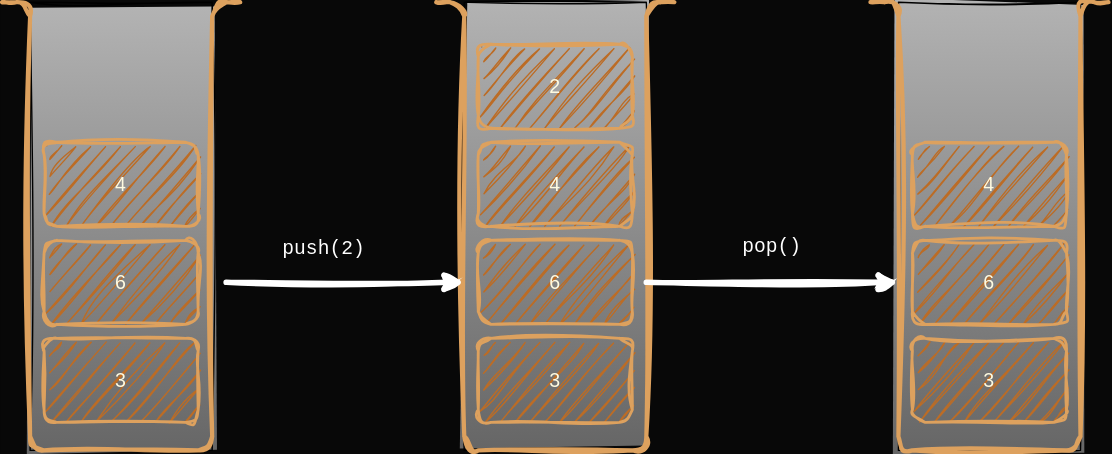
Earlier version of the draw.io export 3-Stacks/images/stack2.svg (JAC-CS-Programming-4-W24/Notes). Source tidied: cells renumbered, new cells last; positions are measured from the earlier drawing's top-left corner, leaving out a move shared by most shapes.
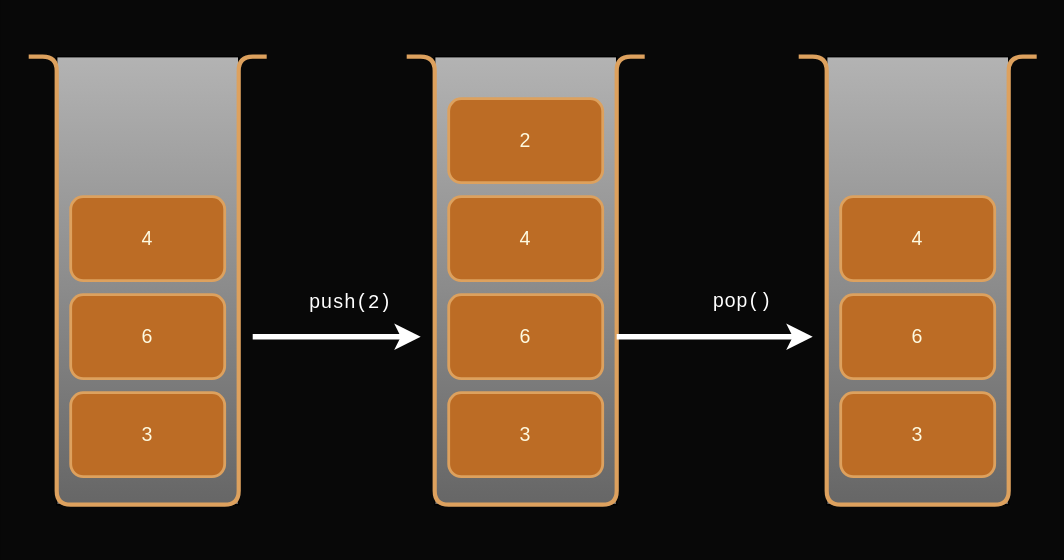
After the commit.

Change to the diagram source:
```diff
@@ -2,128 +2,131 @@
   <root>
     <mxCell id="0" />
     <mxCell id="1" parent="0" />
-    <mxCell id="2" style="rounded=0;whiteSpace=wrap;html=1;sketch=1;hachureGap=4;jiggle=2;curveFitting=1;fontFamily=Architects Daughter;fontSource=https%3A%2F%2Ffonts.googleapis.com%2Fcss%3Ffamily%3DArchitects%2BDaughter;fontSize=20;gradientColor=#666666;fillColor=#B3B3B3;rotation=0;" parent="1" vertex="1">
-      <mxGeometry x="640" width="130" height="320" as="geometry" />
+    <mxCell id="2" style="rounded=0;whiteSpace=wrap;html=1;hachureGap=4;fontFamily=Architects Daughter;fontSource=https%3A%2F%2Ffonts.googleapis.com%2Fcss%3Ffamily%3DArchitects%2BDaughter;fontSize=20;gradientColor=#666666;fillColor=#B3B3B3;rotation=0;" parent="1" vertex="1">
+      <mxGeometry x="590" width="130" height="320" as="geometry" />
     </mxCell>
-    <mxCell id="3" style="rounded=0;whiteSpace=wrap;html=1;sketch=1;hachureGap=4;jiggle=2;curveFitting=1;fontFamily=Architects Daughter;fontSource=https%3A%2F%2Ffonts.googleapis.com%2Fcss%3Ffamily%3DArchitects%2BDaughter;fontSize=20;gradientColor=#666666;fillColor=#B3B3B3;" parent="1" vertex="1">
-      <mxGeometry x="330" width="130" height="320" as="geometry" />
+    <mxCell id="3" style="rounded=0;whiteSpace=wrap;html=1;hachureGap=4;fontFamily=Architects Daughter;fontSource=https%3A%2F%2Ffonts.googleapis.com%2Fcss%3Ffamily%3DArchitects%2BDaughter;fontSize=20;gradientColor=#666666;fillColor=#B3B3B3;" parent="1" vertex="1">
+      <mxGeometry x="310" width="130" height="320" as="geometry" />
     </mxCell>
-    <mxCell id="4" style="rounded=0;whiteSpace=wrap;html=1;sketch=1;hachureGap=4;jiggle=2;curveFitting=1;fontFamily=Architects Daughter;fontSource=https%3A%2F%2Ffonts.googleapis.com%2Fcss%3Ffamily%3DArchitects%2BDaughter;fontSize=20;gradientColor=#666666;fillColor=#B3B3B3;" parent="1" vertex="1">
-      <mxGeometry x="20" width="130" height="320" as="geometry" />
+    <mxCell id="4" style="rounded=0;whiteSpace=wrap;html=1;hachureGap=4;fontFamily=Architects Daughter;fontSource=https%3A%2F%2Ffonts.googleapis.com%2Fcss%3Ffamily%3DArchitects%2BDaughter;fontSize=20;gradientColor=#666666;fillColor=#B3B3B3;" parent="1" vertex="1">
+      <mxGeometry x="40" width="130" height="320" as="geometry" />
     </mxCell>
-    <mxCell id="5" style="endArrow=none;html=1;rounded=1;edgeStyle=orthogonalEdgeStyle;strokeWidth=3;labelBackgroundColor=#283618;strokeColor=#DDA15E;fontColor=#FEFAE0;sketch=1;curveFitting=1;jiggle=2;" parent="1" edge="1">
+    <mxCell id="5" style="endArrow=none;html=1;rounded=1;edgeStyle=orthogonalEdgeStyle;strokeWidth=3;labelBackgroundColor=#283618;strokeColor=#DDA15E;fontColor=#FEFAE0;" parent="1" edge="1">
       <mxGeometry relative="1" as="geometry">
-        <mxPoint as="sourcePoint" />
-        <mxPoint x="170" as="targetPoint" />
+        <mxPoint x="20" as="sourcePoint" />
+        <mxPoint x="190" as="targetPoint" />
         <Array as="points">
-          <mxPoint x="20" />
-          <mxPoint x="20" y="320" />
-          <mxPoint x="150" y="320" />
-          <mxPoint x="150" />
+          <mxPoint x="40" />
+          <mxPoint x="40" y="320" />
+          <mxPoint x="170" y="320" />
+          <mxPoint x="170" />
         </Array>
       </mxGeometry>
     </mxCell>
-    <mxCell id="6" style="rounded=1;whiteSpace=wrap;html=1;fontSize=14;strokeWidth=2;fillColor=#BC6C25;strokeColor=#DDA15E;fontColor=#FEFAE0;sketch=1;curveFitting=1;jiggle=2;" parent="1" vertex="1">
-      <mxGeometry x="30" y="240" width="110" height="60" as="geometry" />
+    <mxCell id="6" style="rounded=1;whiteSpace=wrap;html=1;fontSize=14;strokeWidth=2;fillColor=#BC6C25;strokeColor=#DDA15E;fontColor=#FEFAE0;" parent="1" vertex="1">
+      <mxGeometry x="50" y="240" width="110" height="60" as="geometry" />
     </mxCell>
-    <mxCell id="7" value="3" style="text;html=1;strokeColor=none;fillColor=none;align=center;verticalAlign=middle;whiteSpace=wrap;rounded=0;fontSize=14;fontColor=#FEFAE0;sketch=1;curveFitting=1;jiggle=2;" parent="1" vertex="1">
-      <mxGeometry x="55" y="255" width="60" height="30" as="geometry" />
+    <mxCell id="7" value="3" style="text;html=1;strokeColor=none;fillColor=none;align=center;verticalAlign=middle;whiteSpace=wrap;rounded=0;fontSize=14;fontColor=#FEFAE0;" parent="1" vertex="1">
+      <mxGeometry x="75" y="255" width="60" height="30" as="geometry" />
     </mxCell>
-    <mxCell id="8" style="rounded=1;whiteSpace=wrap;html=1;fontSize=14;strokeWidth=2;fillColor=#BC6C25;strokeColor=#DDA15E;fontColor=#FEFAE0;sketch=1;curveFitting=1;jiggle=2;" parent="1" vertex="1">
-      <mxGeometry x="30" y="170" width="110" height="60" as="geometry" />
+    <mxCell id="8" style="rounded=1;whiteSpace=wrap;html=1;fontSize=14;strokeWidth=2;fillColor=#BC6C25;strokeColor=#DDA15E;fontColor=#FEFAE0;" parent="1" vertex="1">
+      <mxGeometry x="50" y="170" width="110" height="60" as="geometry" />
     </mxCell>
-    <mxCell id="9" value="6" style="text;html=1;strokeColor=none;fillColor=none;align=center;verticalAlign=middle;whiteSpace=wrap;rounded=0;fontSize=14;fontColor=#FEFAE0;sketch=1;curveFitting=1;jiggle=2;" parent="1" vertex="1">
-      <mxGeometry x="55" y="185" width="60" height="30" as="geometry" />
+    <mxCell id="9" value="6" style="text;html=1;strokeColor=none;fillColor=none;align=center;verticalAlign=middle;whiteSpace=wrap;rounded=0;fontSize=14;fontColor=#FEFAE0;" parent="1" vertex="1">
+      <mxGeometry x="75" y="185" width="60" height="30" as="geometry" />
     </mxCell>
-    <mxCell id="10" style="rounded=1;whiteSpace=wrap;html=1;fontSize=14;strokeWidth=2;fillColor=#BC6C25;strokeColor=#DDA15E;fontColor=#FEFAE0;sketch=1;curveFitting=1;jiggle=2;" parent="1" vertex="1">
-      <mxGeometry x="30" y="100" width="110" height="60" as="geometry" />
+    <mxCell id="10" style="rounded=1;whiteSpace=wrap;html=1;fontSize=14;strokeWidth=2;fillColor=#BC6C25;strokeColor=#DDA15E;fontColor=#FEFAE0;" parent="1" vertex="1">
+      <mxGeometry x="50" y="100" width="110" height="60" as="geometry" />
     </mxCell>
-    <mxCell id="11" value="4" style="text;html=1;strokeColor=none;fillColor=none;align=center;verticalAlign=middle;whiteSpace=wrap;rounded=0;fontSize=14;fontColor=#FEFAE0;sketch=1;curveFitting=1;jiggle=2;" parent="1" vertex="1">
-      <mxGeometry x="55" y="115" width="60" height="30" as="geometry" />
+    <mxCell id="11" value="4" style="text;html=1;strokeColor=none;fillColor=none;align=center;verticalAlign=middle;whiteSpace=wrap;rounded=0;fontSize=14;fontColor=#FEFAE0;" parent="1" vertex="1">
+      <mxGeometry x="75" y="115" width="60" height="30" as="geometry" />
     </mxCell>
-    <mxCell id="12" style="endArrow=none;html=1;rounded=1;edgeStyle=orthogonalEdgeStyle;strokeWidth=3;labelBackgroundColor=#283618;strokeColor=#DDA15E;fontColor=#FEFAE0;sketch=1;curveFitting=1;jiggle=2;" parent="1" edge="1">
+    <mxCell id="12" style="endArrow=none;html=1;rounded=1;edgeStyle=orthogonalEdgeStyle;strokeWidth=3;labelBackgroundColor=#283618;strokeColor=#DDA15E;fontColor=#FEFAE0;" parent="1" edge="1">
       <mxGeometry relative="1" as="geometry">
-        <mxPoint x="310" as="sourcePoint" />
-        <mxPoint x="480" as="targetPoint" />
+        <mxPoint x="290" as="sourcePoint" />
+        <mxPoint x="460" as="targetPoint" />
         <Array as="points">
-          <mxPoint x="330" />
-          <mxPoint x="330" y="320" />
-          <mxPoint x="460" y="320" />
-          <mxPoint x="460" />
+          <mxPoint x="310" />
+          <mxPoint x="310" y="320" />
+          <mxPoint x="440" y="320" />
+          <mxPoint x="440" />
         </Array>
       </mxGeometry>
     </mxCell>
-    <mxCell id="13" style="rounded=1;whiteSpace=wrap;html=1;fontSize=14;strokeWidth=2;fillColor=#BC6C25;strokeColor=#DDA15E;fontColor=#FEFAE0;sketch=1;curveFitting=1;jiggle=2;" parent="1" vertex="1">
-      <mxGeometry x="340" y="240" width="110" height="60" as="geometry" />
+    <mxCell id="13" style="rounded=1;whiteSpace=wrap;html=1;fontSize=14;strokeWidth=2;fillColor=#BC6C25;strokeColor=#DDA15E;fontColor=#FEFAE0;" parent="1" vertex="1">
+      <mxGeometry x="320" y="240" width="110" height="60" as="geometry" />
     </mxCell>
-    <mxCell id="14" value="3" style="text;html=1;strokeColor=none;fillColor=none;align=center;verticalAlign=middle;whiteSpace=wrap;rounded=0;fontSize=14;fontColor=#FEFAE0;sketch=1;curveFitting=1;jiggle=2;" parent="1" vertex="1">
-      <mxGeometry x="365" y="255" width="60" height="30" as="geometry" />
+    <mxCell id="14" value="3" style="text;html=1;strokeColor=none;fillColor=none;align=center;verticalAlign=middle;whiteSpace=wrap;rounded=0;fontSize=14;fontColor=#FEFAE0;" parent="1" vertex="1">
+      <mxGeometry x="345" y="255" width="60" height="30" as="geometry" />
     </mxCell>
-    <mxCell id="15" style="rounded=1;whiteSpace=wrap;html=1;fontSize=14;strokeWidth=2;fillColor=#BC6C25;strokeColor=#DDA15E;fontColor=#FEFAE0;sketch=1;curveFitting=1;jiggle=2;" parent="1" vertex="1">
-      <mxGeometry x="340" y="170" width="110" height="60" as="geometry" />
+    <mxCell id="15" style="rounded=1;whiteSpace=wrap;html=1;fontSize=14;strokeWidth=2;fillColor=#BC6C25;strokeColor=#DDA15E;fontColor=#FEFAE0;" parent="1" vertex="1">
+      <mxGeometry x="320" y="170" width="110" height="60" as="geometry" />
     </mxCell>
-    <mxCell id="16" value="6" style="text;html=1;strokeColor=none;fillColor=none;align=center;verticalAlign=middle;whiteSpace=wrap;rounded=0;fontSize=14;fontColor=#FEFAE0;sketch=1;curveFitting=1;jiggle=2;" parent="1" vertex="1">
-      <mxGeometry x="365" y="185" width="60" height="30" as="geometry" />
+    <mxCell id="16" value="6" style="text;html=1;strokeColor=none;fillColor=none;align=center;verticalAlign=middle;whiteSpace=wrap;rounded=0;fontSize=14;fontColor=#FEFAE0;" parent="1" vertex="1">
+      <mxGeometry x="345" y="185" width="60" height="30" as="geometry" />
     </mxCell>
-    <mxCell id="17" style="rounded=1;whiteSpace=wrap;html=1;fontSize=14;strokeWidth=2;fillColor=#BC6C25;strokeColor=#DDA15E;fontColor=#FEFAE0;sketch=1;curveFitting=1;jiggle=2;" parent="1" vertex="1">
-      <mxGeometry x="340" y="100" width="110" height="60" as="geometry" />
+    <mxCell id="17" style="rounded=1;whiteSpace=wrap;html=1;fontSize=14;strokeWidth=2;fillColor=#BC6C25;strokeColor=#DDA15E;fontColor=#FEFAE0;" parent="1" vertex="1">
+      <mxGeometry x="320" y="100" width="110" height="60" as="geometry" />
     </mxCell>
-    <mxCell id="18" value="4" style="text;html=1;strokeColor=none;fillColor=none;align=center;verticalAlign=middle;whiteSpace=wrap;rounded=0;fontSize=14;fontColor=#FEFAE0;sketch=1;curveFitting=1;jiggle=2;" parent="1" vertex="1">
-      <mxGeometry x="365" y="115" width="60" height="30" as="geometry" />
+    <mxCell id="18" value="4" style="text;html=1;strokeColor=none;fillColor=none;align=center;verticalAlign=middle;whiteSpace=wrap;rounded=0;fontSize=14;fontColor=#FEFAE0;" parent="1" vertex="1">
+      <mxGeometry x="345" y="115" width="60" height="30" as="geometry" />
     </mxCell>
-    <mxCell id="19" style="endArrow=none;html=1;rounded=1;edgeStyle=orthogonalEdgeStyle;strokeWidth=3;labelBackgroundColor=#283618;strokeColor=#DDA15E;fontColor=#FEFAE0;sketch=1;curveFitting=1;jiggle=2;" parent="1" edge="1">
+    <mxCell id="19" style="endArrow=none;html=1;rounded=1;edgeStyle=orthogonalEdgeStyle;strokeWidth=3;labelBackgroundColor=#283618;strokeColor=#DDA15E;fontColor=#FEFAE0;" parent="1" edge="1">
       <mxGeometry relative="1" as="geometry">
-        <mxPoint x="620" as="sourcePoint" />
-        <mxPoint x="790" as="targetPoint" />
+        <mxPoint x="570" as="sourcePoint" />
+        <mxPoint x="740" as="targetPoint" />
         <Array as="points">
-          <mxPoint x="640" />
-          <mxPoint x="640" y="320" />
-          <mxPoint x="770" y="320" />
-          <mxPoint x="770" />
+          <mxPoint x="590" />
+          <mxPoint x="590" y="320" />
+          <mxPoint x="720" y="320" />
+          <mxPoint x="720" />
         </Array>
       </mxGeometry>
     </mxCell>
-    <mxCell id="20" style="rounded=1;whiteSpace=wrap;html=1;fontSize=14;strokeWidth=2;fillColor=#BC6C25;strokeColor=#DDA15E;fontColor=#FEFAE0;sketch=1;curveFitting=1;jiggle=2;" parent="1" vertex="1">
-      <mxGeometry x="650" y="240" width="110" height="60" as="geometry" />
+    <mxCell id="20" style="rounded=1;whiteSpace=wrap;html=1;fontSize=14;strokeWidth=2;fillColor=#BC6C25;strokeColor=#DDA15E;fontColor=#FEFAE0;" parent="1" vertex="1">
+      <mxGeometry x="600" y="240" width="110" height="60" as="geometry" />
     </mxCell>
-    <mxCell id="21" value="3" style="text;html=1;strokeColor=none;fillColor=none;align=center;verticalAlign=middle;whiteSpace=wrap;rounded=0;fontSize=14;fontColor=#FEFAE0;sketch=1;curveFitting=1;jiggle=2;" parent="1" vertex="1">
-      <mxGeometry x="675" y="255" width="60" height="30" as="geometry" />
+    <mxCell id="21" value="3" style="text;html=1;strokeColor=none;fillColor=none;align=center;verticalAlign=middle;whiteSpace=wrap;rounded=0;fontSize=14;fontColor=#FEFAE0;" parent="1" vertex="1">
+      <mxGeometry x="625" y="255" width="60" height="30" as="geometry" />
     </mxCell>
-    <mxCell id="22" style="rounded=1;whiteSpace=wrap;html=1;fontSize=14;strokeWidth=2;fillColor=#BC6C25;strokeColor=#DDA15E;fontColor=#FEFAE0;sketch=1;curveFitting=1;jiggle=2;" parent="1" vertex="1">
-      <mxGeometry x="650" y="170" width="110" height="60" as="geometry" />
+    <mxCell id="22" style="rounded=1;whiteSpace=wrap;html=1;fontSize=14;strokeWidth=2;fillColor=#BC6C25;strokeColor=#DDA15E;fontColor=#FEFAE0;" parent="1" vertex="1">
+      <mxGeometry x="600" y="170" width="110" height="60" as="geometry" />
     </mxCell>
-    <mxCell id="23" value="6" style="text;html=1;strokeColor=none;fillColor=none;align=center;verticalAlign=middle;whiteSpace=wrap;rounded=0;fontSize=14;fontColor=#FEFAE0;sketch=1;curveFitting=1;jiggle=2;" parent="1" vertex="1">
-      <mxGeometry x="675" y="185" width="60" height="30" as="geometry" />
+    <mxCell id="23" value="6" style="text;html=1;strokeColor=none;fillColor=none;align=center;verticalAlign=middle;whiteSpace=wrap;rounded=0;fontSize=14;fontColor=#FEFAE0;" parent="1" vertex="1">
+      <mxGeometry x="625" y="185" width="60" height="30" as="geometry" />
     </mxCell>
-    <mxCell id="24" style="rounded=1;whiteSpace=wrap;html=1;fontSize=14;strokeWidth=2;fillColor=#BC6C25;strokeColor=#DDA15E;fontColor=#FEFAE0;sketch=1;curveFitting=1;jiggle=2;" parent="1" vertex="1">
-      <mxGeometry x="650" y="100" width="110" height="60" as="geometry" />
+    <mxCell id="24" style="rounded=1;whiteSpace=wrap;html=1;fontSize=14;strokeWidth=2;fillColor=#BC6C25;strokeColor=#DDA15E;fontColor=#FEFAE0;" parent="1" vertex="1">
+      <mxGeometry x="600" y="100" width="110" height="60" as="geometry" />
     </mxCell>
-    <mxCell id="25" value="4" style="text;html=1;strokeColor=none;fillColor=none;align=center;verticalAlign=middle;whiteSpace=wrap;rounded=0;fontSize=14;fontColor=#FEFAE0;sketch=1;curveFitting=1;jiggle=2;" parent="1" vertex="1">
-      <mxGeometry x="675" y="115" width="60" height="30" as="geometry" />
+    <mxCell id="25" value="4" style="text;html=1;strokeColor=none;fillColor=none;align=center;verticalAlign=middle;whiteSpace=wrap;rounded=0;fontSize=14;fontColor=#FEFAE0;" parent="1" vertex="1">
+      <mxGeometry x="625" y="115" width="60" height="30" as="geometry" />
     </mxCell>
-    <mxCell id="26" style="endArrow=classic;html=1;rounded=0;fontSize=14;edgeStyle=orthogonalEdgeStyle;strokeColor=#FFFFFF;strokeWidth=4;sketch=1;curveFitting=1;jiggle=2;" parent="1" edge="1">
+    <mxCell id="26" style="endArrow=classic;html=1;rounded=0;fontSize=14;edgeStyle=orthogonalEdgeStyle;strokeColor=#FFFFFF;strokeWidth=4;" parent="1" edge="1">
       <mxGeometry relative="1" as="geometry">
-        <mxPoint x="160" y="200" as="sourcePoint" />
-        <mxPoint x="330" y="200" as="targetPoint" />
+        <mxPoint x="180" y="200" as="sourcePoint" />
+        <mxPoint x="300" y="200" as="targetPoint" />
       </mxGeometry>
     </mxCell>
-    <mxCell id="27" style="endArrow=classic;html=1;rounded=0;fontSize=14;edgeStyle=orthogonalEdgeStyle;strokeColor=#FFFFFF;strokeWidth=4;sketch=1;curveFitting=1;jiggle=2;" parent="1" edge="1">
+    <mxCell id="27" style="endArrow=classic;html=1;rounded=0;fontSize=14;edgeStyle=orthogonalEdgeStyle;strokeColor=#FFFFFF;strokeWidth=4;" parent="1" edge="1">
       <mxGeometry relative="1" as="geometry">
-        <mxPoint x="460" y="200" as="sourcePoint" />
-        <mxPoint x="640" y="200" as="targetPoint" />
+        <mxPoint x="440" y="200" as="sourcePoint" />
+        <mxPoint x="580" y="200" as="targetPoint" />
       </mxGeometry>
     </mxCell>
-    <mxCell id="28" value="&lt;font face=&quot;Courier New&quot;&gt;push(2)&lt;/font&gt;" style="text;html=1;strokeColor=none;fillColor=none;align=center;verticalAlign=middle;whiteSpace=wrap;rounded=0;fontSize=14;fontColor=#FFFFFF;sketch=1;curveFitting=1;jiggle=2;" parent="1" vertex="1">
-      <mxGeometry x="200" y="160" width="60" height="30" as="geometry" />
+    <mxCell id="28" value="&lt;font face=&quot;Courier New&quot;&gt;push(2)&lt;/font&gt;" style="text;html=1;strokeColor=none;fillColor=none;align=center;verticalAlign=middle;whiteSpace=wrap;rounded=0;fontSize=14;fontColor=#FFFFFF;" parent="1" vertex="1">
+      <mxGeometry x="220" y="160" width="60" height="30" as="geometry" />
     </mxCell>
-    <mxCell id="29" value="pop()" style="text;html=1;strokeColor=none;fillColor=none;align=center;verticalAlign=middle;whiteSpace=wrap;rounded=0;fontSize=14;fontColor=#FFFFFF;fontFamily=Courier New;sketch=1;curveFitting=1;jiggle=2;" parent="1" vertex="1">
-      <mxGeometry x="520" y="160" width="60" height="30" as="geometry" />
+    <mxCell id="29" value="pop()" style="text;html=1;strokeColor=none;fillColor=none;align=center;verticalAlign=middle;whiteSpace=wrap;rounded=0;fontSize=14;fontColor=#FFFFFF;fontFamily=Courier New;" parent="1" vertex="1">
+      <mxGeometry x="500" y="160" width="60" height="30" as="geometry" />
     </mxCell>
-    <mxCell id="30" style="rounded=1;whiteSpace=wrap;html=1;fontSize=14;strokeWidth=2;fillColor=#BC6C25;strokeColor=#DDA15E;fontColor=#FEFAE0;sketch=1;curveFitting=1;jiggle=2;" parent="1" vertex="1">
-      <mxGeometry x="340" y="30" width="110" height="60" as="geometry" />
+    <mxCell id="30" style="rounded=1;whiteSpace=wrap;html=1;fontSize=14;strokeWidth=2;fillColor=#BC6C25;strokeColor=#DDA15E;fontColor=#FEFAE0;" parent="1" vertex="1">
+      <mxGeometry x="320" y="30" width="110" height="60" as="geometry" />
     </mxCell>
-    <mxCell id="31" value="2" style="text;html=1;strokeColor=none;fillColor=none;align=center;verticalAlign=middle;whiteSpace=wrap;rounded=0;fontSize=14;fontColor=#FEFAE0;sketch=1;curveFitting=1;jiggle=2;" parent="1" vertex="1">
-      <mxGeometry x="365" y="45" width="60" height="30" as="geometry" />
+    <mxCell id="31" value="2" style="text;html=1;strokeColor=none;fillColor=none;align=center;verticalAlign=middle;whiteSpace=wrap;rounded=0;fontSize=14;fontColor=#FEFAE0;" parent="1" vertex="1">
+      <mxGeometry x="345" y="45" width="60" height="30" as="geometry" />
     </mxCell>
+    <mxCell id="32" style="rounded=0;whiteSpace=wrap;html=1;fillColor=none;strokeColor=none;" parent="1" vertex="1">
+      <mxGeometry y="-40" width="760" height="400" as="geometry" />
+    </mxCell>
   </root>
 </mxGraphModel>
```
